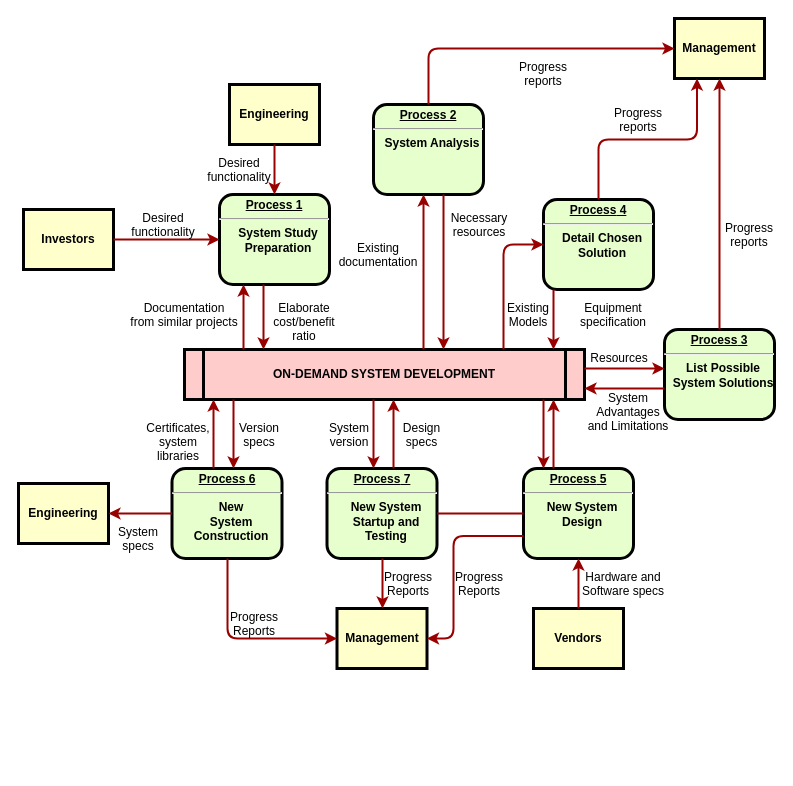
This is Untitled Diagram.drawio from kobe0915/Test, a draw.io file, before an edit. Source tidied: cells renumbered, new cells numbered last; positions are measured from the earlier drawing's top-left corner, leaving out a move shared by most shapes. Both pictures are drawn from the tidied source at 100%, with x=0, y=0 at pixel (18, 18).
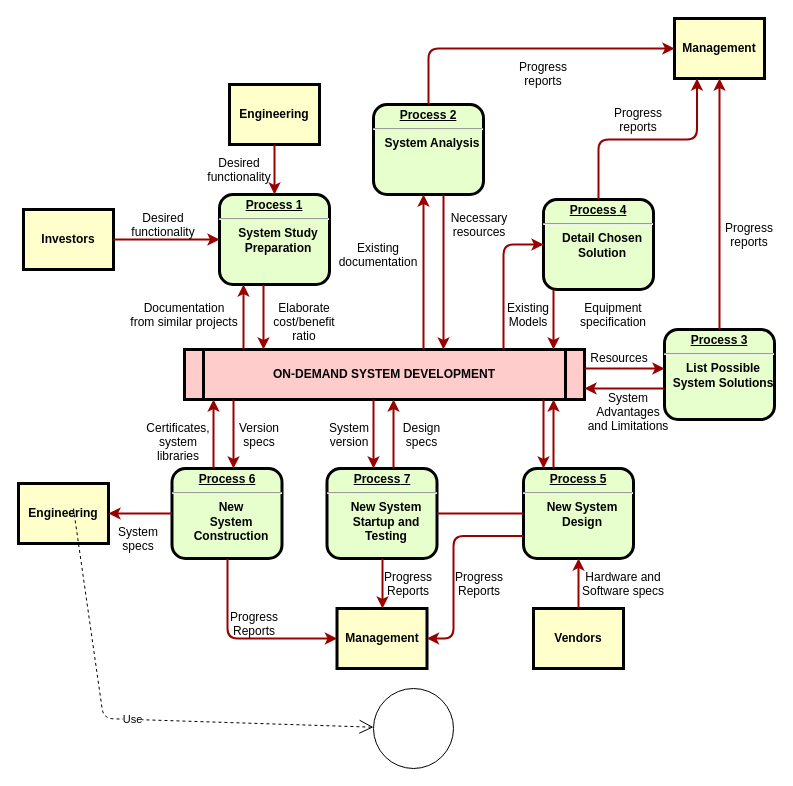
After the change.

Change to the diagram source:
```diff
@@
+    <mxCell id="63" style="ellipse;whiteSpace=wrap;html=1;" parent="1" vertex="1">
+      <mxGeometry x="355" y="670" width="80" height="80" as="geometry" />
+    </mxCell>
+    <mxCell id="64" value="Use" style="endArrow=open;endSize=12;dashed=1;html=1;" parent="1" edge="1" target="63">
+      <mxGeometry relative="1" as="geometry">
+        <mxPoint x="55" y="490" as="sourcePoint" />
+        <Array as="points">
+          <mxPoint x="85" y="700" />
+        </Array>
+      </mxGeometry>
+    </mxCell>
```
